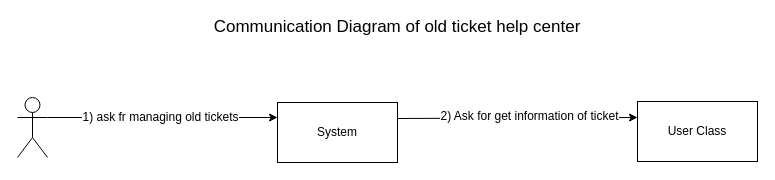
kargaranamir/Travelink keeps this draw.io diagram as Behavioral Modeling/Communication Diagram/CD_old-ticket-helpcnter.drawio. Above is the earlier version. Source tidied: cells renumbered, new cells numbered last; positions are measured from the earlier drawing's top-left corner, leaving out a move shared by most shapes. Both pictures are drawn from the tidied source at 100%, with x=0, y=0 at pixel (17, 17).
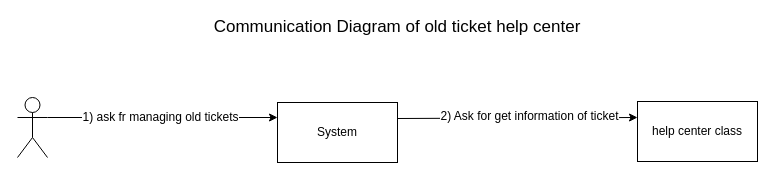
Above is the later version.

Diff of the diagram source:
```diff
@@
 <mxGraphModel>
   <root>
     <mxCell id="0" />
     <mxCell id="1" parent="0" />
     <mxCell id="2" style="shape=umlActor;verticalLabelPosition=bottom;labelBackgroundColor=#ffffff;verticalAlign=top;html=1;outlineConnect=0;" parent="1" vertex="1">
       <mxGeometry y="80" width="30" height="60" as="geometry" />
     </mxCell>
     <mxCell id="3" value="System" style="rounded=0;whiteSpace=wrap;html=1;" parent="1" vertex="1">
       <mxGeometry x="260" y="85" width="120" height="60" as="geometry" />
     </mxCell>
-    <mxCell id="4" value="&lt;span&gt;User Class&lt;/span&gt;" style="rounded=0;whiteSpace=wrap;html=1;" parent="1" vertex="1">
+    <mxCell id="4" value="&lt;span&gt;help center class&lt;/span&gt;" style="rounded=0;whiteSpace=wrap;html=1;" parent="1" vertex="1">
       <mxGeometry x="620" y="84" width="120" height="60" as="geometry" />
     </mxCell>
     <mxCell id="5" style="endArrow=classic;html=1;entryX=0;entryY=0.25;entryDx=0;entryDy=0;exitX=1;exitY=0.3333333333333333;exitDx=0;exitDy=0;exitPerimeter=0;" parent="1" edge="1" source="2" target="3">
       <mxGeometry relative="1" as="geometry" />
     </mxCell>
     <mxCell id="6" value="&lt;span&gt;1) ask fr managing old tickets&lt;/span&gt;&lt;br&gt;" style="text;html=1;align=center;verticalAlign=middle;labelBackgroundColor=#ffffff;" parent="5" vertex="1">
       <mxGeometry x="-0.03" y="1" relative="1" as="geometry" />
     </mxCell>
     <mxCell id="7" style="endArrow=classic;html=1;exitX=1;exitY=0.25;exitDx=0;exitDy=0;entryX=0;entryY=0.25;entryDx=0;entryDy=0;" parent="1" edge="1">
       <mxGeometry relative="1" as="geometry">
         <mxPoint x="380" y="101" as="sourcePoint" />
         <mxPoint x="620" y="100" as="targetPoint" />
       </mxGeometry>
     </mxCell>
     <mxCell id="8" value="&lt;span&gt;2) Ask for get information of ticket&lt;/span&gt;&lt;br&gt;" style="text;html=1;align=center;verticalAlign=middle;labelBackgroundColor=#ffffff;" parent="7" vertex="1">
       <mxGeometry x="0.21" relative="1" as="geometry">
         <mxPoint x="-13" y="-2" as="offset" />
       </mxGeometry>
     </mxCell>
     <mxCell id="9" value="&lt;font style=&quot;font-size: 17px&quot;&gt;Communication Diagram of old ticket help center&lt;/font&gt;" style="text;html=1;strokeColor=none;fillColor=none;align=center;verticalAlign=middle;whiteSpace=wrap;rounded=0;" parent="1" vertex="1">
       <mxGeometry x="140" width="480" height="20" as="geometry" />
     </mxCell>
   </root>
 </mxGraphModel>
```
